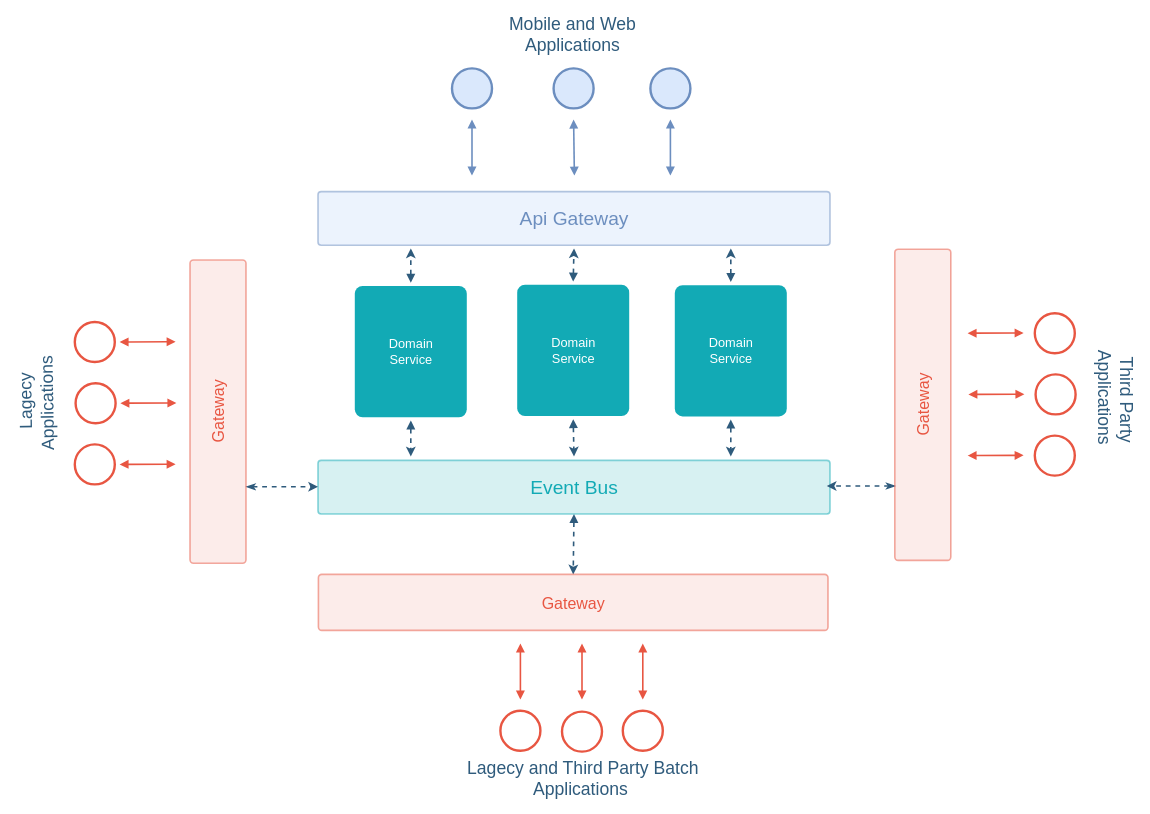
The draw.io diagram event-driven-architecture/event-driven architecture.drawio in jinternals/architecture-design, before the edit. Source tidied: cells renumbered, new cells numbered last; positions are measured from the earlier drawing's top-left corner, leaving out a move shared by most shapes. Both pictures are drawn from the tidied source at 80%, with x=0, y=0 at pixel (-44, 26).
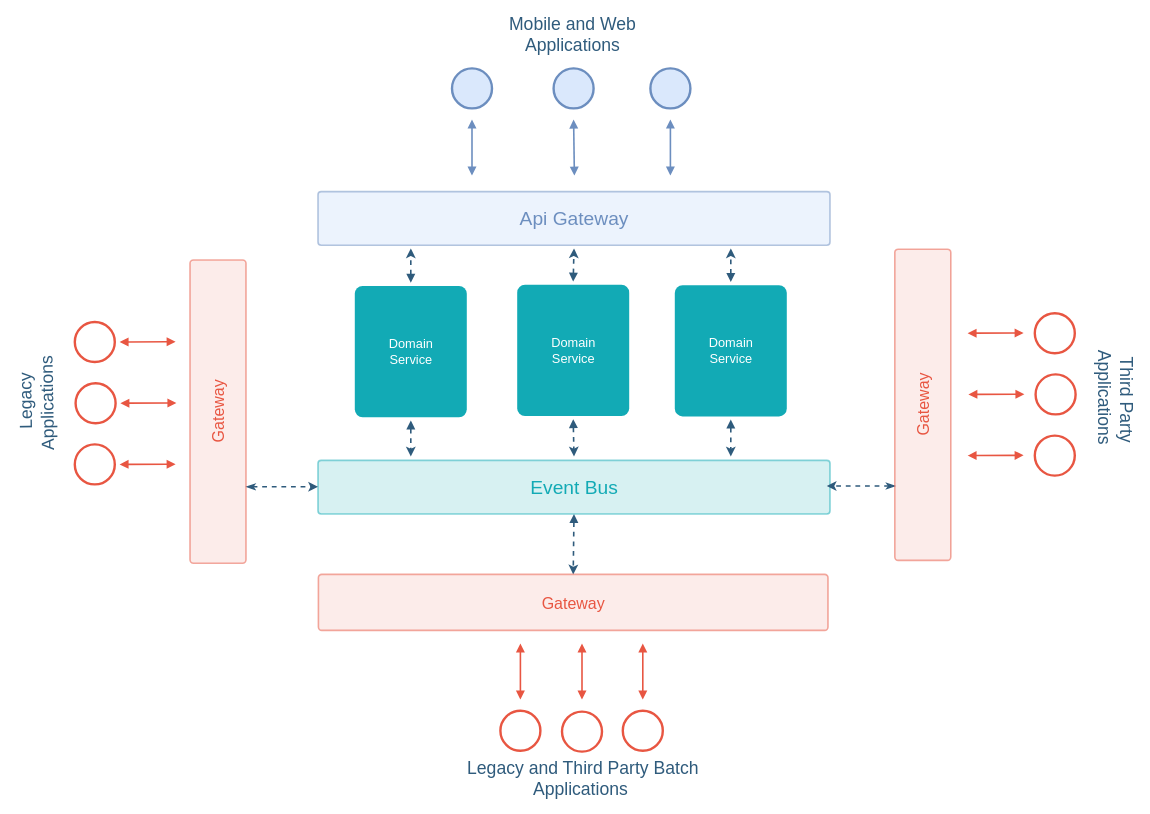
After the change.

The edit, as a diff of the source:
```diff
@@
-    <mxCell id="45" value="&lt;font color=&quot;#2f5b7c&quot; style=&quot;font-size: 22px&quot;&gt;Lagecy Applications&amp;nbsp;&lt;/font&gt;" style="text;html=1;strokeColor=none;fillColor=none;align=center;verticalAlign=middle;whiteSpace=wrap;rounded=0;fontSize=20;rotation=-91;" parent="1" vertex="1">
+    <mxCell id="45" value="&lt;font color=&quot;#2f5b7c&quot; style=&quot;font-size: 22px&quot;&gt;Legacy Applications&amp;nbsp;&lt;/font&gt;" style="text;html=1;strokeColor=none;fillColor=none;align=center;verticalAlign=middle;whiteSpace=wrap;rounded=0;fontSize=20;rotation=-91;" parent="1" vertex="1">
       <mxGeometry y="457.5" width="200" height="20" as="geometry" />
     </mxCell>
@@
-    <mxCell id="47" value="&lt;font color=&quot;#2f5b7c&quot; style=&quot;font-size: 22px&quot;&gt;Lagecy and Third Party Batch Applications&amp;nbsp;&lt;/font&gt;" style="text;html=1;strokeColor=none;fillColor=none;align=center;verticalAlign=middle;whiteSpace=wrap;rounded=0;fontSize=20;rotation=0;" parent="1" vertex="1">
+    <mxCell id="47" value="&lt;font color=&quot;#2f5b7c&quot; style=&quot;font-size: 22px&quot;&gt;Legacy and Third Party Batch Applications&amp;nbsp;&lt;/font&gt;" style="text;html=1;strokeColor=none;fillColor=none;align=center;verticalAlign=middle;whiteSpace=wrap;rounded=0;fontSize=20;rotation=0;" parent="1" vertex="1">
       <mxGeometry x="609" y="930" width="349" height="20" as="geometry" />
     </mxCell>
```
